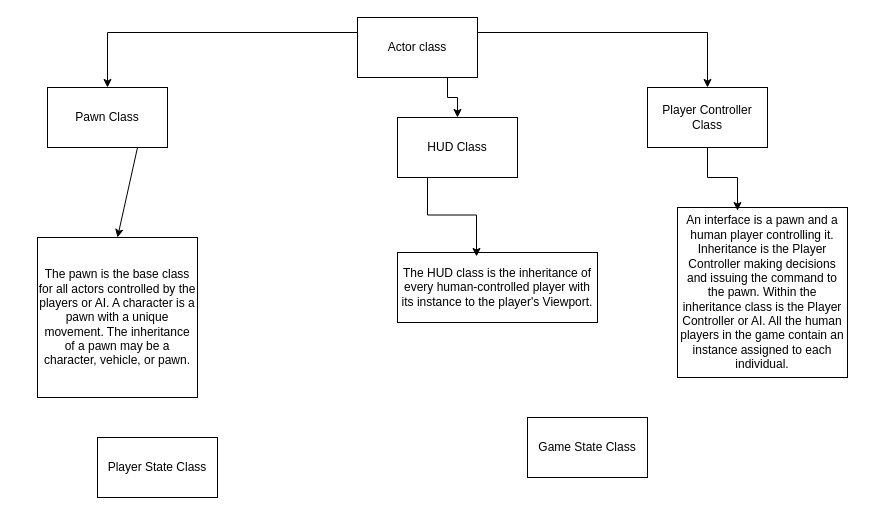
Before: Untitled Diagram.drawio in wsFecske/WesleySF, a draw.io diagram. Source tidied: cells renumbered, new cells numbered last; positions are measured from the earlier drawing's top-left corner, leaving out a move shared by most shapes. Both pictures are drawn from the tidied source at 100%, with x=0, y=0 at pixel (37, 17).
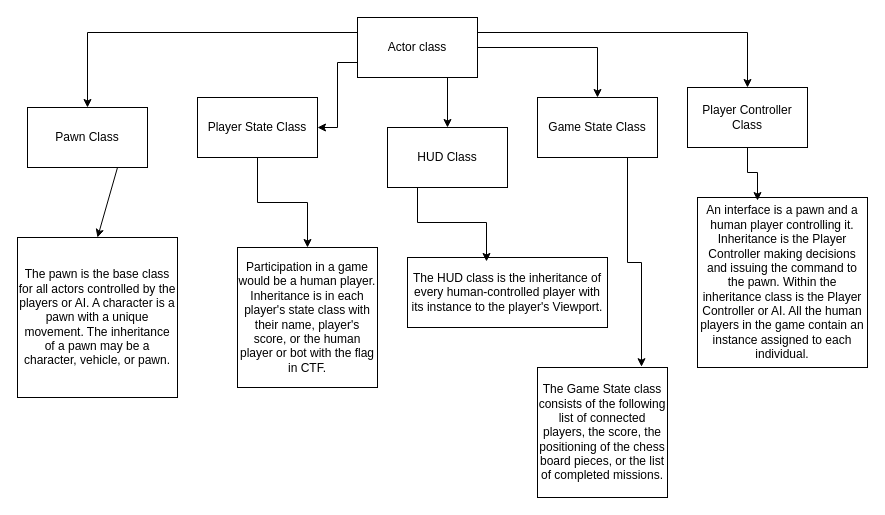
After the change.

The change refers to these unchanged cells:
```xml
<mxCell id="14" value="Actor class" style="rounded=0;whiteSpace=wrap;html=1;" parent="1" vertex="1">
  <mxGeometry x="320" width="120" height="60" as="geometry" />
</mxCell>
```

Change to the diagram source:
```diff
@@
     <mxCell id="2" value="Pawn Class" style="rounded=0;whiteSpace=wrap;html=1;" parent="1" vertex="1">
-      <mxGeometry x="10" y="70" width="120" height="60" as="geometry" />
+      <mxGeometry x="-10" y="90" width="120" height="60" as="geometry" />
     </mxCell>
     <mxCell id="3" value="HUD Class" style="rounded=0;whiteSpace=wrap;html=1;" parent="1" vertex="1">
-      <mxGeometry x="360" y="100" width="120" height="60" as="geometry" />
+      <mxGeometry x="350" y="110" width="120" height="60" as="geometry" />
     </mxCell>
     <mxCell id="4" value="Player Controller Class" style="rounded=0;whiteSpace=wrap;html=1;" parent="1" vertex="1">
-      <mxGeometry x="610" y="70" width="120" height="60" as="geometry" />
+      <mxGeometry x="650" y="70" width="120" height="60" as="geometry" />
     </mxCell>
+    <mxCell id="17" style="edgeStyle=orthogonalEdgeStyle;rounded=0;jettySize=auto;html=1;exitX=0.5;exitY=1;exitDx=0;exitDy=0;" parent="1" edge="1" source="5" target="20">
+      <mxGeometry relative="1" as="geometry" />
+    </mxCell>
     <mxCell id="5" value="Player State Class" style="rounded=0;whiteSpace=wrap;html=1;" parent="1" vertex="1">
-      <mxGeometry x="60" y="420" width="120" height="60" as="geometry" />
+      <mxGeometry x="160" y="80" width="120" height="60" as="geometry" />
     </mxCell>
     <mxCell id="6" value="Game State Class" style="rounded=0;whiteSpace=wrap;html=1;" parent="1" vertex="1">
-      <mxGeometry x="490" y="400" width="120" height="60" as="geometry" />
+      <mxGeometry x="500" y="80" width="120" height="60" as="geometry" />
     </mxCell>
     <mxCell id="7" value="The pawn is the base class for all actors controlled by the players or AI. A character is a pawn with a unique movement. The inheritance of a pawn may be a character, vehicle, or pawn." style="whiteSpace=wrap;html=1;" parent="1" vertex="1">
-      <mxGeometry y="220" width="160" height="160" as="geometry" />
+      <mxGeometry x="-20" y="220" width="160" height="160" as="geometry" />
     </mxCell>
@@
     <mxCell id="9" value="The HUD class is the inheritance of every human-controlled player with its instance to the player's Viewport." style="rounded=0;whiteSpace=wrap;html=1;" parent="1" vertex="1">
-      <mxGeometry x="360" y="235" width="200" height="70" as="geometry" />
+      <mxGeometry x="370" y="240" width="200" height="70" as="geometry" />
     </mxCell>
@@
+    <mxCell id="18" style="edgeStyle=orthogonalEdgeStyle;rounded=0;jettySize=auto;html=1;exitX=0;exitY=0.75;exitDx=0;exitDy=0;entryX=1;entryY=0.5;entryDx=0;entryDy=0;" parent="1" edge="1" source="14" target="5">
+      <mxGeometry relative="1" as="geometry" />
+    </mxCell>
+    <mxCell id="19" style="edgeStyle=orthogonalEdgeStyle;rounded=0;jettySize=auto;html=1;exitX=1;exitY=0.5;exitDx=0;exitDy=0;" parent="1" edge="1" source="14" target="6">
+      <mxGeometry relative="1" as="geometry" />
+    </mxCell>
@@
     <mxCell id="15" value="An interface is a pawn and a human player controlling it. Inheritance is the Player Controller making decisions and issuing the command to the pawn. Within the inheritance class is the Player Controller or AI. All the human players in the game contain an instance assigned to each individual." style="whiteSpace=wrap;html=1;" parent="1" vertex="1">
-      <mxGeometry x="640" y="190" width="170" height="170" as="geometry" />
+      <mxGeometry x="660" y="180" width="170" height="170" as="geometry" />
     </mxCell>
@@
+    <mxCell id="20" value="Participation in a game would be a human player. Inheritance is in each player's state class with their name, player's score, or the human player or bot with the flag in CTF." style="whiteSpace=wrap;html=1;" parent="1" vertex="1">
+      <mxGeometry x="200" y="230" width="140" height="140" as="geometry" />
+    </mxCell>
+    <mxCell id="21" value="The Game State class consists of the following list of connected players, the score, the positioning of the chess board pieces, or the list of completed missions." style="whiteSpace=wrap;html=1;" parent="1" vertex="1">
+      <mxGeometry x="500" y="350" width="130" height="130" as="geometry" />
+    </mxCell>
+    <mxCell id="22" style="edgeStyle=orthogonalEdgeStyle;rounded=0;jettySize=auto;html=1;exitX=0.75;exitY=1;exitDx=0;exitDy=0;entryX=0.8;entryY=-0.006;entryDx=0;entryDy=0;entryPerimeter=0;" parent="1" edge="1" source="6" target="21">
+      <mxGeometry relative="1" as="geometry" />
+    </mxCell>
```
